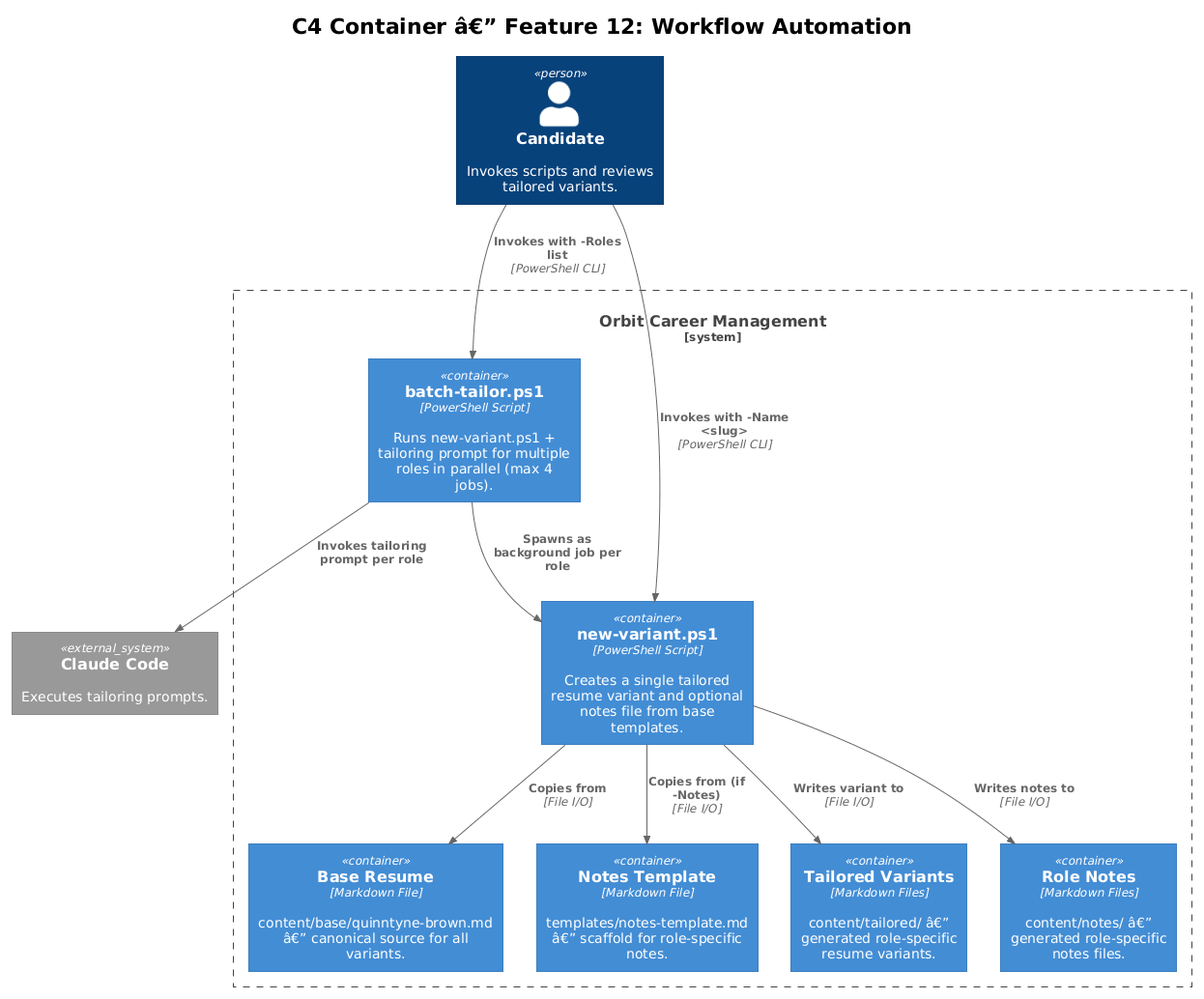
Before: docs/detailed-designs/12-workflow-automation/diagrams/c4_container.png, a diagram exported from PlantUML (QuinntyneBrown/Orbit).
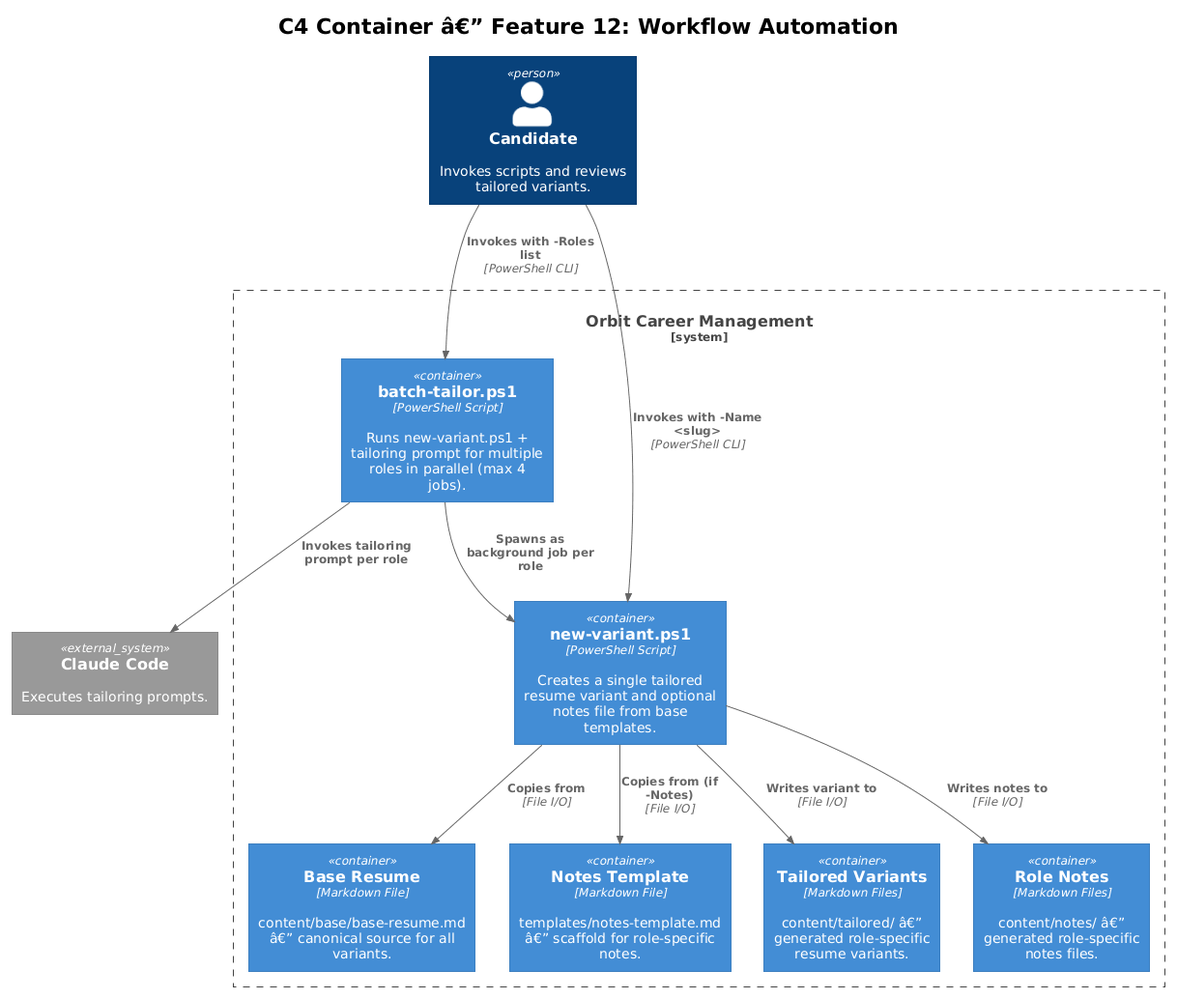
The same diagram one commit later.

Change to the diagram source:
```diff
@@ -9,7 +9,7 @@
 System_Boundary(orbit, "Orbit Career Management") {
     Container(newVariant, "new-variant.ps1", "PowerShell Script", "Creates a single tailored resume variant and optional notes file from base templates.")
     Container(batchTailor, "batch-tailor.ps1", "PowerShell Script", "Runs new-variant.ps1 + tailoring prompt for multiple roles in parallel (max 4 jobs).")
-    Container(baseResume, "Base Resume", "Markdown File", "content/base/quinntyne-brown.md â€” canonical source for all variants.")
+    Container(baseResume, "Base Resume", "Markdown File", "content/base/base-resume.md â€” canonical source for all variants.")
     Container(notesTemplate, "Notes Template", "Markdown File", "templates/notes-template.md â€” scaffold for role-specific notes.")
     Container(tailoredContent, "Tailored Variants", "Markdown Files", "content/tailored/ â€” generated role-specific resume variants.")
     Container(notesContent, "Role Notes", "Markdown Files", "content/notes/ â€” generated role-specific notes files.")
```
